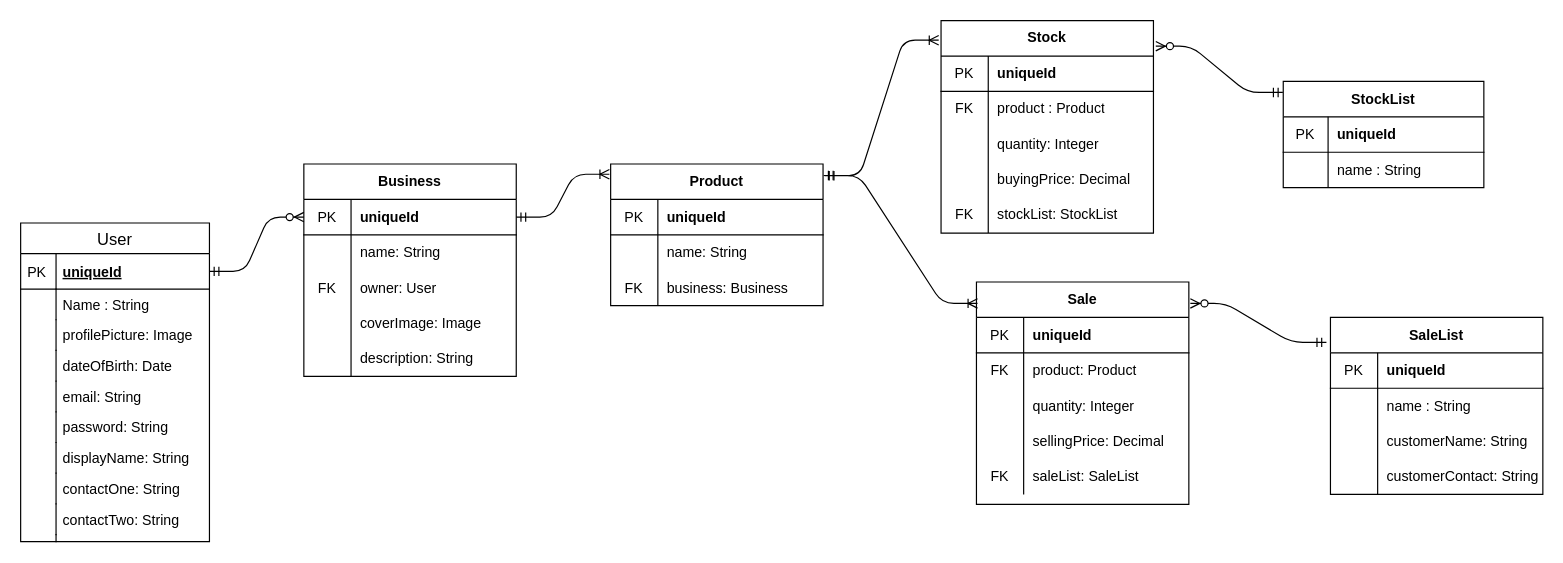
This is model_schema.drawio from yeboah326/Garage97, a draw.io file, before an edit. Source tidied: cells renumbered, new cells numbered last; positions are measured from the earlier drawing's top-left corner, leaving out a move shared by most shapes. Both pictures are drawn from the tidied source at 118%, with x=0, y=0 at pixel (20, 20).
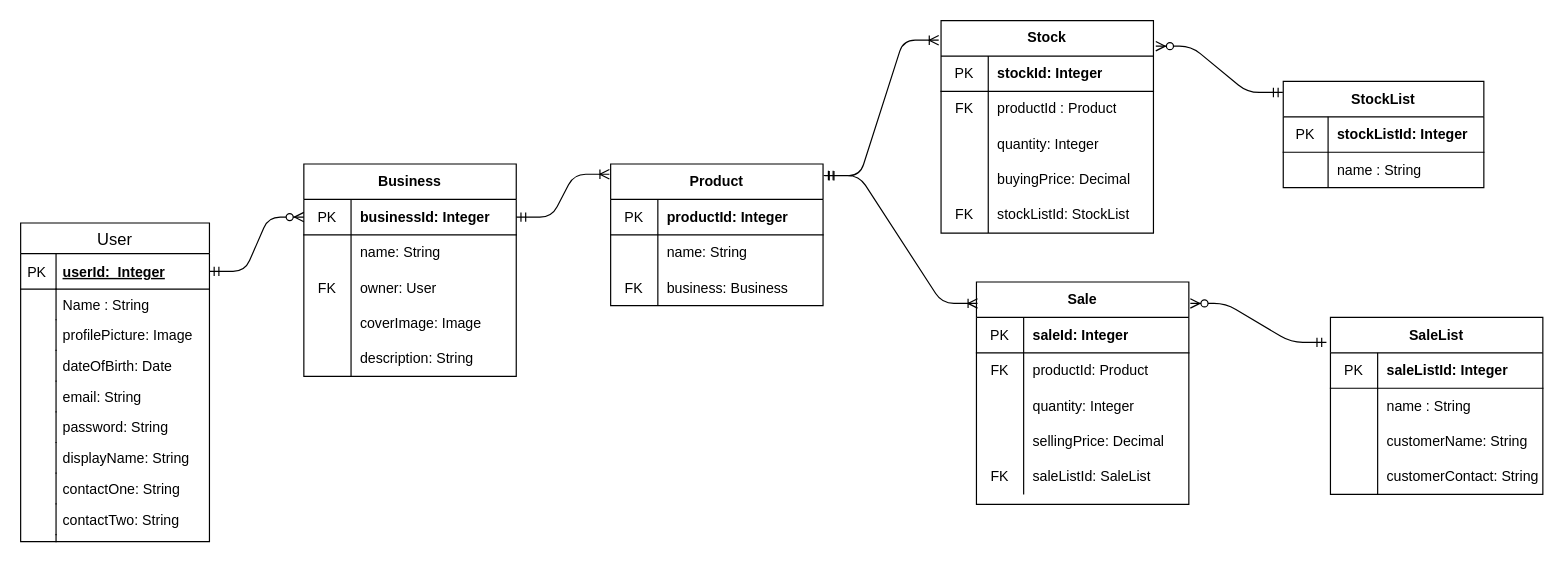
After the change.

Commit message:
Modified ER diagram to show ids

The change refers to these unchanged cells:
```xml
<mxCell id="2" value="User" style="swimlane;fontStyle=0;horizontal=1;startSize=26;align=center;fontSize=14;" parent="1" vertex="1">
  <mxGeometry y="171.5" width="160" height="270" as="geometry" />
</mxCell>
<mxCell id="24" style="shape=partialRectangle;html=1;whiteSpace=wrap;fillColor=none;top=0;left=0;bottom=1;right=0;points=[[0,0.5],[1,0.5]];portConstraint=eastwest;" parent="23" vertex="1">
  <mxGeometry y="30" width="180" height="30" as="geometry" />
</mxCell>
<mxCell id="40" style="shape=partialRectangle;html=1;whiteSpace=wrap;fillColor=none;top=0;left=0;bottom=1;right=0;" parent="39" vertex="1">
  <mxGeometry y="30" width="180" height="30" as="geometry" />
</mxCell>
<mxCell id="52" style="shape=partialRectangle;html=1;whiteSpace=wrap;fillColor=none;top=0;left=0;bottom=1;right=0;" parent="51" vertex="1">
  <mxGeometry y="30" width="180" height="30" as="geometry" />
</mxCell>
<mxCell id="55" style="shape=partialRectangle;html=1;whiteSpace=wrap;fillColor=none;top=0;left=0;bottom=0;right=0;" parent="51" vertex="1">
  <mxGeometry y="60" width="180" height="30" as="geometry" />
</mxCell>
<mxCell id="64" style="shape=partialRectangle;html=1;whiteSpace=wrap;fillColor=none;top=0;left=0;bottom=0;right=0;" parent="51" vertex="1">
  <mxGeometry y="150" width="180" height="30" as="geometry" />
</mxCell>
<mxCell id="68" style="shape=partialRectangle;html=1;whiteSpace=wrap;fillColor=none;top=0;left=0;bottom=1;right=0;" parent="67" vertex="1">
  <mxGeometry y="30" width="180" height="30" as="geometry" />
</mxCell>
<mxCell id="71" style="shape=partialRectangle;html=1;whiteSpace=wrap;fillColor=none;top=0;left=0;bottom=0;right=0;" parent="67" vertex="1">
  <mxGeometry y="60" width="180" height="30" as="geometry" />
</mxCell>
<mxCell id="80" style="shape=partialRectangle;html=1;whiteSpace=wrap;fillColor=none;top=0;left=0;bottom=0;right=0;" parent="67" vertex="1">
  <mxGeometry y="150" width="180" height="30" as="geometry" />
</mxCell>
<mxCell id="86" style="shape=partialRectangle;html=1;whiteSpace=wrap;fillColor=none;top=0;left=0;bottom=1;right=0;" parent="85" vertex="1">
  <mxGeometry y="30" width="170" height="30" as="geometry" />
</mxCell>
<mxCell id="93" style="shape=partialRectangle;html=1;whiteSpace=wrap;fillColor=none;top=0;left=0;bottom=1;right=0;" parent="92" vertex="1">
  <mxGeometry y="30" width="180" height="30" as="geometry" />
</mxCell>
```

Diff of the diagram source:
```diff
@@
-    <mxCell id="3" value="uniqueId" style="shape=partialRectangle;top=0;left=0;right=0;bottom=1;align=left;verticalAlign=middle;fillColor=none;spacingLeft=34;spacingRight=4;overflow=hidden;points=[[0,0.5],[1,0.5]];portConstraint=eastwest;fontStyle=5;fontSize=12;" parent="2" vertex="1">
+    <mxCell id="3" value="userId:  Integer" style="shape=partialRectangle;top=0;left=0;right=0;bottom=1;align=left;verticalAlign=middle;fillColor=none;spacingLeft=34;spacingRight=4;overflow=hidden;points=[[0,0.5],[1,0.5]];portConstraint=eastwest;fontStyle=5;fontSize=12;" parent="2" vertex="1">
       <mxGeometry y="26" width="160" height="30" as="geometry" />
     </mxCell>
@@
-    <mxCell id="26" value="&lt;b&gt;uniqueId&lt;/b&gt;" style="shape=partialRectangle;html=1;whiteSpace=wrap;fillColor=none;top=0;left=0;bottom=0;right=0;align=left;spacingLeft=6;overflow=hidden;" parent="24" vertex="1">
+    <mxCell id="26" value="&lt;b&gt;businessId: Integer&lt;/b&gt;" style="shape=partialRectangle;html=1;whiteSpace=wrap;fillColor=none;top=0;left=0;bottom=0;right=0;align=left;spacingLeft=6;overflow=hidden;" parent="24" vertex="1">
       <mxGeometry x="40" width="140" height="30" as="geometry" />
     </mxCell>
@@
-    <mxCell id="42" value="&lt;b&gt;uniqueId&lt;/b&gt;" style="shape=partialRectangle;html=1;whiteSpace=wrap;fillColor=none;top=0;left=0;bottom=0;right=0;align=left;spacingLeft=6;overflow=hidden;" parent="40" vertex="1">
+    <mxCell id="42" value="&lt;b&gt;productId: Integer&lt;br&gt;&lt;/b&gt;" style="shape=partialRectangle;html=1;whiteSpace=wrap;fillColor=none;top=0;left=0;bottom=0;right=0;align=left;spacingLeft=6;overflow=hidden;" parent="40" vertex="1">
       <mxGeometry x="40" width="140" height="30" as="geometry" />
     </mxCell>
@@
-    <mxCell id="54" value="&lt;b&gt;uniqueId&lt;/b&gt;" style="shape=partialRectangle;html=1;whiteSpace=wrap;fillColor=none;top=0;left=0;bottom=0;right=0;align=left;spacingLeft=6;overflow=hidden;" parent="52" vertex="1">
+    <mxCell id="54" value="&lt;b&gt;saleId: Integer&lt;/b&gt;" style="shape=partialRectangle;html=1;whiteSpace=wrap;fillColor=none;top=0;left=0;bottom=0;right=0;align=left;spacingLeft=6;overflow=hidden;" parent="52" vertex="1">
       <mxGeometry x="40" width="140" height="30" as="geometry" />
     </mxCell>
@@
-    <mxCell id="57" value="product: Product" style="shape=partialRectangle;html=1;whiteSpace=wrap;fillColor=none;top=0;left=0;bottom=0;right=0;align=left;spacingLeft=6;overflow=hidden;" parent="55" vertex="1">
+    <mxCell id="57" value="productId: Product" style="shape=partialRectangle;html=1;whiteSpace=wrap;fillColor=none;top=0;left=0;bottom=0;right=0;align=left;spacingLeft=6;overflow=hidden;" parent="55" vertex="1">
       <mxGeometry x="40" width="140" height="30" as="geometry" />
     </mxCell>
@@
-    <mxCell id="66" value="saleList: SaleList" style="shape=partialRectangle;html=1;whiteSpace=wrap;fillColor=none;top=0;left=0;bottom=0;right=0;align=left;spacingLeft=6;overflow=hidden;" parent="64" vertex="1">
+    <mxCell id="66" value="saleListId: SaleList" style="shape=partialRectangle;html=1;whiteSpace=wrap;fillColor=none;top=0;left=0;bottom=0;right=0;align=left;spacingLeft=6;overflow=hidden;" parent="64" vertex="1">
       <mxGeometry x="40" width="140" height="30" as="geometry" />
     </mxCell>
@@
-    <mxCell id="70" value="&lt;b&gt;uniqueId&lt;/b&gt;" style="shape=partialRectangle;html=1;whiteSpace=wrap;fillColor=none;top=0;left=0;bottom=0;right=0;align=left;spacingLeft=6;overflow=hidden;" parent="68" vertex="1">
+    <mxCell id="70" value="&lt;b&gt;stockId: Integer&lt;/b&gt;" style="shape=partialRectangle;html=1;whiteSpace=wrap;fillColor=none;top=0;left=0;bottom=0;right=0;align=left;spacingLeft=6;overflow=hidden;" parent="68" vertex="1">
       <mxGeometry x="40" width="140" height="30" as="geometry" />
     </mxCell>
@@
-    <mxCell id="73" value="product : Product" style="shape=partialRectangle;html=1;whiteSpace=wrap;fillColor=none;top=0;left=0;bottom=0;right=0;align=left;spacingLeft=6;overflow=hidden;" parent="71" vertex="1">
+    <mxCell id="73" value="productId : Product" style="shape=partialRectangle;html=1;whiteSpace=wrap;fillColor=none;top=0;left=0;bottom=0;right=0;align=left;spacingLeft=6;overflow=hidden;" parent="71" vertex="1">
       <mxGeometry x="40" width="140" height="30" as="geometry" />
     </mxCell>
@@
-    <mxCell id="82" value="stockList: StockList" style="shape=partialRectangle;html=1;whiteSpace=wrap;fillColor=none;top=0;left=0;bottom=0;right=0;align=left;spacingLeft=6;overflow=hidden;" parent="80" vertex="1">
+    <mxCell id="82" value="stockListId: StockList" style="shape=partialRectangle;html=1;whiteSpace=wrap;fillColor=none;top=0;left=0;bottom=0;right=0;align=left;spacingLeft=6;overflow=hidden;" parent="80" vertex="1">
       <mxGeometry x="40" width="140" height="30" as="geometry" />
     </mxCell>
@@
-    <mxCell id="88" value="&lt;b&gt;uniqueId&lt;/b&gt;" style="shape=partialRectangle;html=1;whiteSpace=wrap;fillColor=none;top=0;left=0;bottom=0;right=0;align=left;spacingLeft=6;overflow=hidden;" parent="86" vertex="1">
+    <mxCell id="88" value="&lt;b&gt;stockListId: Integer&lt;br&gt;&lt;/b&gt;" style="shape=partialRectangle;html=1;whiteSpace=wrap;fillColor=none;top=0;left=0;bottom=0;right=0;align=left;spacingLeft=6;overflow=hidden;" parent="86" vertex="1">
       <mxGeometry x="38" width="132" height="30" as="geometry" />
     </mxCell>
@@
-    <mxCell id="95" value="&lt;b&gt;uniqueId&lt;/b&gt;" style="shape=partialRectangle;html=1;whiteSpace=wrap;fillColor=none;top=0;left=0;bottom=0;right=0;align=left;spacingLeft=6;overflow=hidden;" parent="93" vertex="1">
+    <mxCell id="95" value="&lt;b&gt;saleListId: Integer&lt;/b&gt;" style="shape=partialRectangle;html=1;whiteSpace=wrap;fillColor=none;top=0;left=0;bottom=0;right=0;align=left;spacingLeft=6;overflow=hidden;" parent="93" vertex="1">
       <mxGeometry x="40" width="140" height="30" as="geometry" />
     </mxCell>
```
